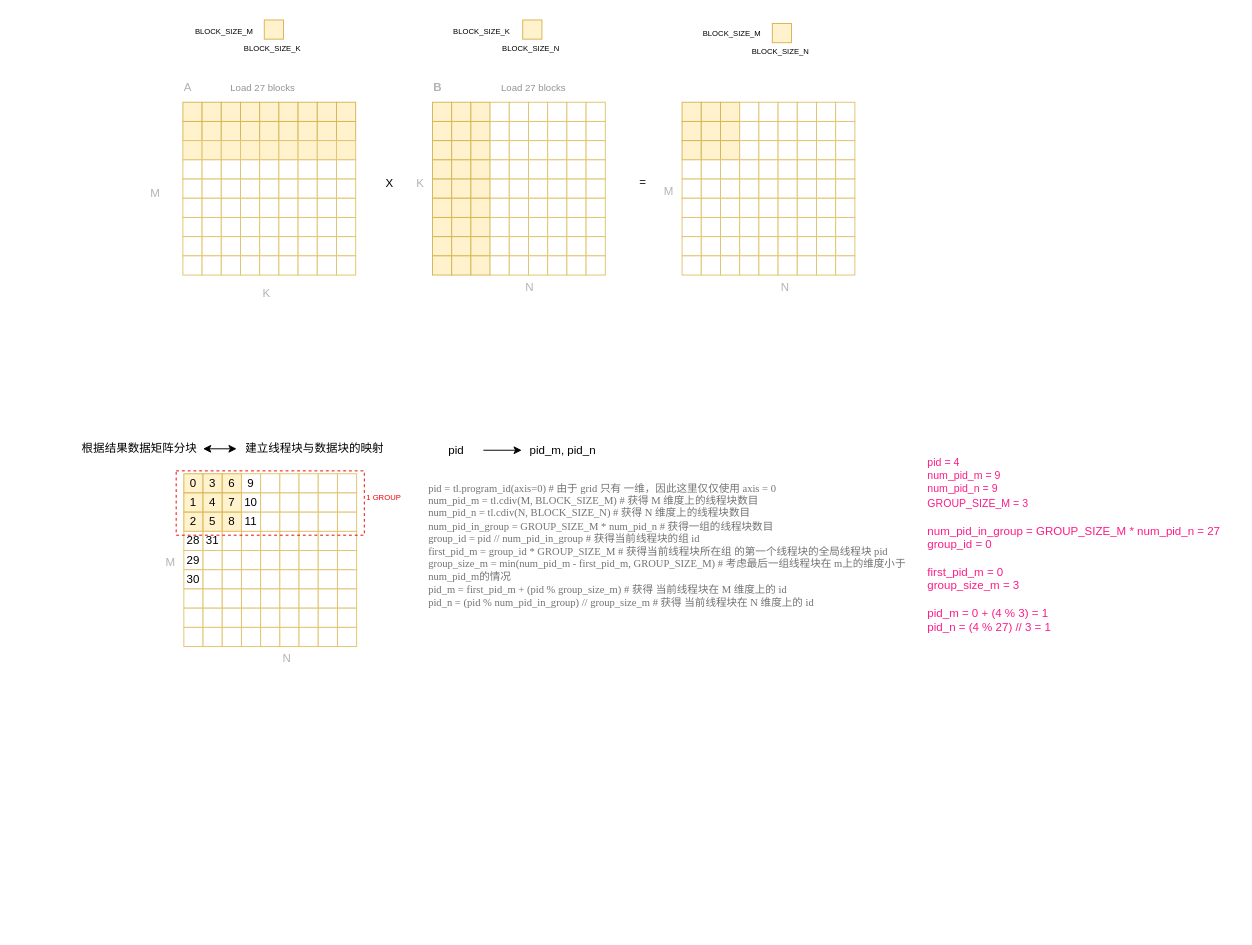
Above: trition相关.drawio in Haozon/Draw_File (draw.io), before the change. Source tidied: cells renumbered, new cells numbered last; positions are measured from the earlier drawing's top-left corner, leaving out a move shared by most shapes. Both pictures are drawn from the tidied source at 96%, with x=0, y=0 at pixel (76, 16).
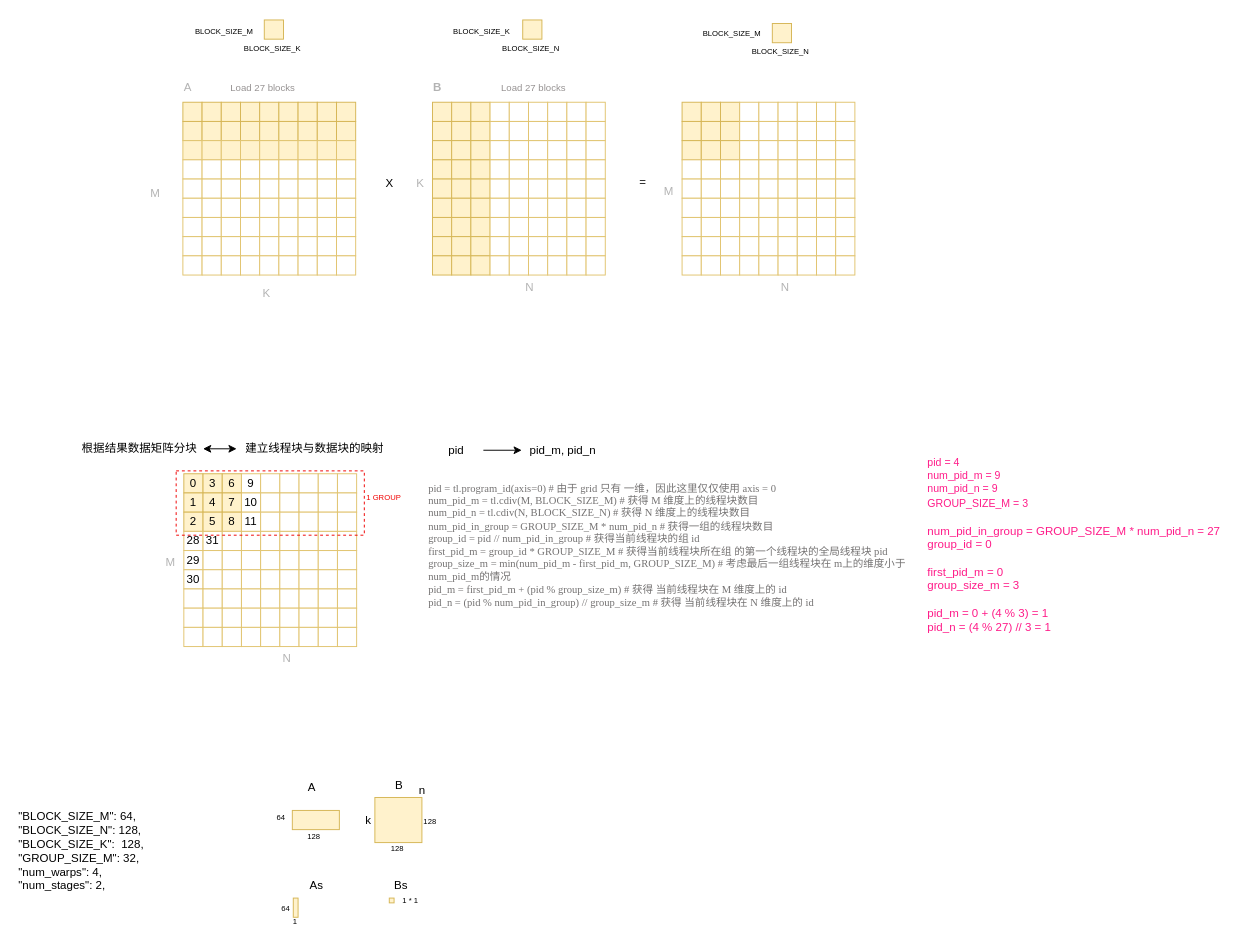
The same diagram, later.

The edit, as a diff of the source:
```diff
@@
+    <mxCell id="359" value="&lt;div style=&quot;&quot;&gt;&quot;BLOCK_SIZE_M&quot;: 64,&lt;/div&gt;&lt;div&gt;&quot;BLOCK_SIZE_N&quot;: 128,&lt;/div&gt;&lt;div&gt;&quot;BLOCK_SIZE_K&quot;:&amp;nbsp; 128,&lt;/div&gt;&lt;div&gt;&lt;div&gt;&quot;GROUP_SIZE_M&quot;: 32,&lt;/div&gt;&lt;div&gt;&quot;num_warps&quot;: 4,&lt;/div&gt;&lt;div&gt;&quot;num_stages&quot;: 2,&lt;/div&gt;&lt;/div&gt;" style="text;html=1;align=left;verticalAlign=middle;strokeColor=none;fillColor=none;" parent="1" vertex="1">
+      <mxGeometry x="-62" y="820" width="149" height="98" as="geometry" />
+    </mxCell>
+    <mxCell id="360" style="rounded=0;whiteSpace=wrap;html=1;fillColor=#fff2cc;strokeColor=#d6b656;" parent="1" vertex="1">
+      <mxGeometry x="225" y="826.7" width="49" height="20" as="geometry" />
+    </mxCell>
+    <mxCell id="361" value="&lt;div style=&quot;forced-color-adjust: none; color: rgb(0, 0, 0); font-family: Helvetica; font-style: normal; font-variant-ligatures: normal; font-variant-caps: normal; font-weight: 400; letter-spacing: normal; orphans: 2; text-align: left; text-indent: 0px; text-transform: none; widows: 2; word-spacing: 0px; -webkit-text-stroke-width: 0px; white-space: nowrap; text-decoration-thickness: initial; text-decoration-style: initial; text-decoration-color: initial;&quot;&gt;&lt;font style=&quot;font-size: 8px;&quot;&gt;64&lt;/font&gt;&lt;/div&gt;" style="text;whiteSpace=wrap;html=1;" parent="1" vertex="1">
+      <mxGeometry x="206.5" y="818.7" width="24" height="28" as="geometry" />
+    </mxCell>
+    <mxCell id="362" value="&lt;div style=&quot;forced-color-adjust: none; color: rgb(0, 0, 0); font-family: Helvetica; font-style: normal; font-variant-ligatures: normal; font-variant-caps: normal; font-weight: 400; letter-spacing: normal; orphans: 2; text-indent: 0px; text-transform: none; widows: 2; word-spacing: 0px; -webkit-text-stroke-width: 0px; white-space: nowrap; text-decoration-thickness: initial; text-decoration-style: initial; text-decoration-color: initial;&quot;&gt;&lt;font style=&quot;font-size: 8px;&quot;&gt;128&lt;/font&gt;&lt;/div&gt;" style="text;whiteSpace=wrap;html=1;align=left;" parent="1" vertex="1">
+      <mxGeometry x="239" y="838.7" width="26" height="12" as="geometry" />
+    </mxCell>
+    <mxCell id="363" style="rounded=0;whiteSpace=wrap;html=1;fillColor=#fff2cc;strokeColor=#d6b656;" parent="1" vertex="1">
+      <mxGeometry x="311" y="813.2" width="49" height="47" as="geometry" />
+    </mxCell>
+    <mxCell id="364" value="&lt;div style=&quot;forced-color-adjust: none; color: rgb(0, 0, 0); font-family: Helvetica; font-style: normal; font-variant-ligatures: normal; font-variant-caps: normal; font-weight: 400; letter-spacing: normal; orphans: 2; text-indent: 0px; text-transform: none; widows: 2; word-spacing: 0px; -webkit-text-stroke-width: 0px; white-space: nowrap; text-decoration-thickness: initial; text-decoration-style: initial; text-decoration-color: initial;&quot;&gt;&lt;font style=&quot;font-size: 8px;&quot;&gt;128&lt;/font&gt;&lt;/div&gt;" style="text;whiteSpace=wrap;html=1;align=left;" parent="1" vertex="1">
+      <mxGeometry x="326" y="850.7" width="26" height="12" as="geometry" />
+    </mxCell>
+    <mxCell id="365" value="&lt;div style=&quot;forced-color-adjust: none; color: rgb(0, 0, 0); font-family: Helvetica; font-style: normal; font-variant-ligatures: normal; font-variant-caps: normal; font-weight: 400; letter-spacing: normal; orphans: 2; text-indent: 0px; text-transform: none; widows: 2; word-spacing: 0px; -webkit-text-stroke-width: 0px; white-space: nowrap; text-decoration-thickness: initial; text-decoration-style: initial; text-decoration-color: initial;&quot;&gt;&lt;font style=&quot;font-size: 8px;&quot;&gt;128&lt;/font&gt;&lt;/div&gt;" style="text;whiteSpace=wrap;html=1;align=left;" parent="1" vertex="1">
+      <mxGeometry x="360" y="822.7" width="26" height="12" as="geometry" />
+    </mxCell>
+    <mxCell id="366" value="A" style="text;html=1;align=center;verticalAlign=middle;strokeColor=none;fillColor=none;" parent="1" vertex="1">
+      <mxGeometry x="232" y="790" width="26" height="26" as="geometry" />
+    </mxCell>
+    <mxCell id="367" value="B" style="text;html=1;align=center;verticalAlign=middle;strokeColor=none;fillColor=none;" parent="1" vertex="1">
+      <mxGeometry x="323" y="788" width="26" height="26" as="geometry" />
+    </mxCell>
+    <mxCell id="368" value="As" style="text;html=1;align=center;verticalAlign=middle;strokeColor=none;fillColor=none;" parent="1" vertex="1">
+      <mxGeometry x="234" y="892" width="32" height="26" as="geometry" />
+    </mxCell>
+    <mxCell id="369" value="Bs" style="text;html=1;align=center;verticalAlign=middle;strokeColor=none;fillColor=none;" parent="1" vertex="1">
+      <mxGeometry x="322" y="892" width="32" height="26" as="geometry" />
+    </mxCell>
+    <mxCell id="370" style="rounded=0;whiteSpace=wrap;html=1;fillColor=#fff2cc;strokeColor=#d6b656;" parent="1" vertex="1">
+      <mxGeometry x="226" y="918" width="5" height="20" as="geometry" />
+    </mxCell>
+    <mxCell id="371" value="&lt;div style=&quot;forced-color-adjust: none; color: rgb(0, 0, 0); font-family: Helvetica; font-style: normal; font-variant-ligatures: normal; font-variant-caps: normal; font-weight: 400; letter-spacing: normal; orphans: 2; text-align: left; text-indent: 0px; text-transform: none; widows: 2; word-spacing: 0px; -webkit-text-stroke-width: 0px; white-space: nowrap; text-decoration-thickness: initial; text-decoration-style: initial; text-decoration-color: initial;&quot;&gt;&lt;font style=&quot;font-size: 8px;&quot;&gt;64&lt;/font&gt;&lt;/div&gt;" style="text;whiteSpace=wrap;html=1;" parent="1" vertex="1">
+      <mxGeometry x="212" y="914" width="11" height="28" as="geometry" />
+    </mxCell>
+    <mxCell id="372" value="&lt;div style=&quot;forced-color-adjust: none; color: rgb(0, 0, 0); font-family: Helvetica; font-style: normal; font-variant-ligatures: normal; font-variant-caps: normal; font-weight: 400; letter-spacing: normal; orphans: 2; text-align: left; text-indent: 0px; text-transform: none; widows: 2; word-spacing: 0px; -webkit-text-stroke-width: 0px; white-space: nowrap; text-decoration-thickness: initial; text-decoration-style: initial; text-decoration-color: initial;&quot;&gt;&lt;font style=&quot;font-size: 8px;&quot;&gt;1&lt;/font&gt;&lt;/div&gt;" style="text;whiteSpace=wrap;html=1;" parent="1" vertex="1">
+      <mxGeometry x="224" y="928" width="11" height="14" as="geometry" />
+    </mxCell>
+    <mxCell id="373" style="rounded=0;whiteSpace=wrap;html=1;fillColor=#fff2cc;strokeColor=#d6b656;" parent="1" vertex="1">
+      <mxGeometry x="326" y="918" width="5" height="5" as="geometry" />
+    </mxCell>
+    <mxCell id="374" value="&lt;div style=&quot;forced-color-adjust: none; color: rgb(0, 0, 0); font-family: Helvetica; font-style: normal; font-variant-ligatures: normal; font-variant-caps: normal; font-weight: 400; letter-spacing: normal; orphans: 2; text-align: left; text-indent: 0px; text-transform: none; widows: 2; word-spacing: 0px; -webkit-text-stroke-width: 0px; white-space: nowrap; text-decoration-thickness: initial; text-decoration-style: initial; text-decoration-color: initial;&quot;&gt;&lt;span style=&quot;font-size: 8px;&quot;&gt;1 * 1&lt;/span&gt;&lt;/div&gt;" style="text;whiteSpace=wrap;html=1;" parent="1" vertex="1">
+      <mxGeometry x="338" y="905.5" width="34" height="24" as="geometry" />
+    </mxCell>
+    <mxCell id="375" value="k" style="text;html=1;align=center;verticalAlign=middle;strokeColor=none;fillColor=none;" parent="1" vertex="1">
+      <mxGeometry x="292" y="823.7" width="24" height="26" as="geometry" />
+    </mxCell>
+    <mxCell id="376" value="n" style="text;html=1;align=center;verticalAlign=middle;strokeColor=none;fillColor=none;" parent="1" vertex="1">
+      <mxGeometry x="347" y="792.7" width="25" height="26" as="geometry" />
+    </mxCell>
```
